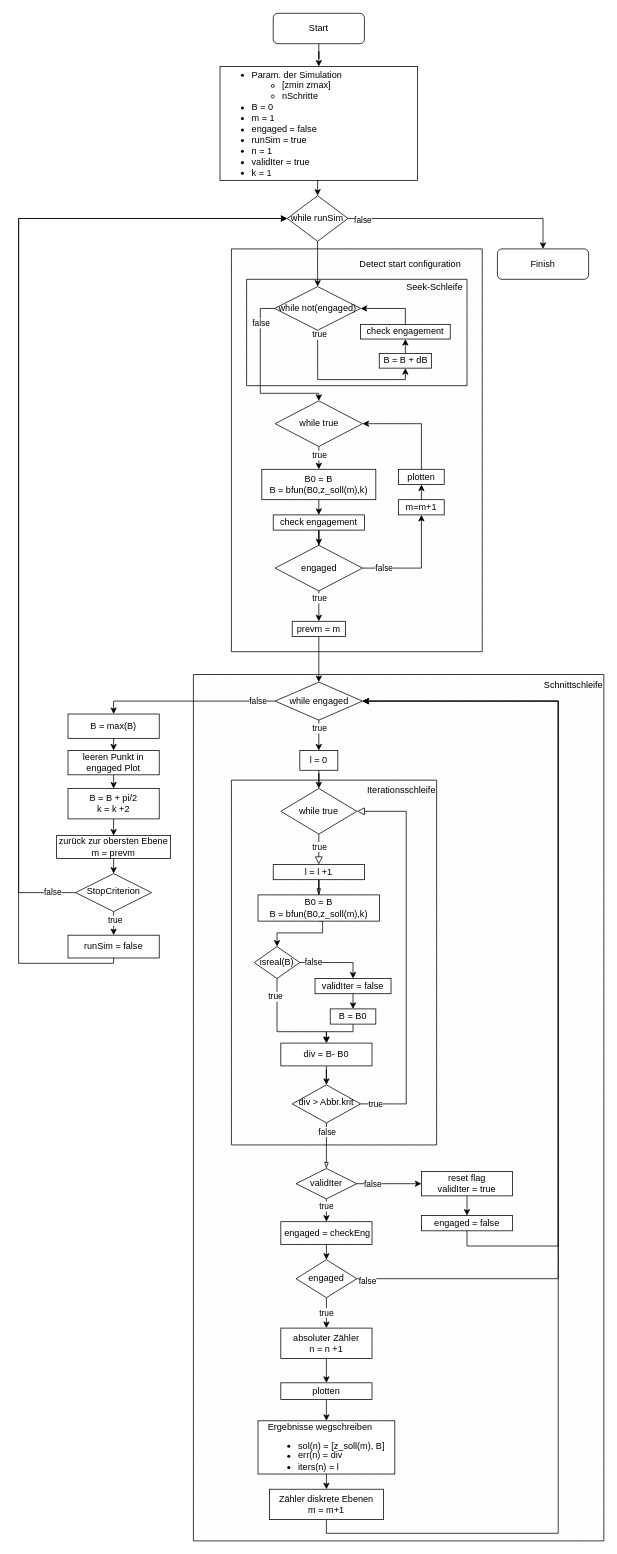
This is methods/vf1/vf1-flowchart.drawio from ChrisCalzolaio/ba, a draw.io file, before an edit. Source tidied: cells renumbered, new cells numbered last; positions are measured from the earlier drawing's top-left corner, leaving out a move shared by most shapes. Both pictures are drawn from the tidied source at 76%, with x=0, y=0 at pixel (18, 13).
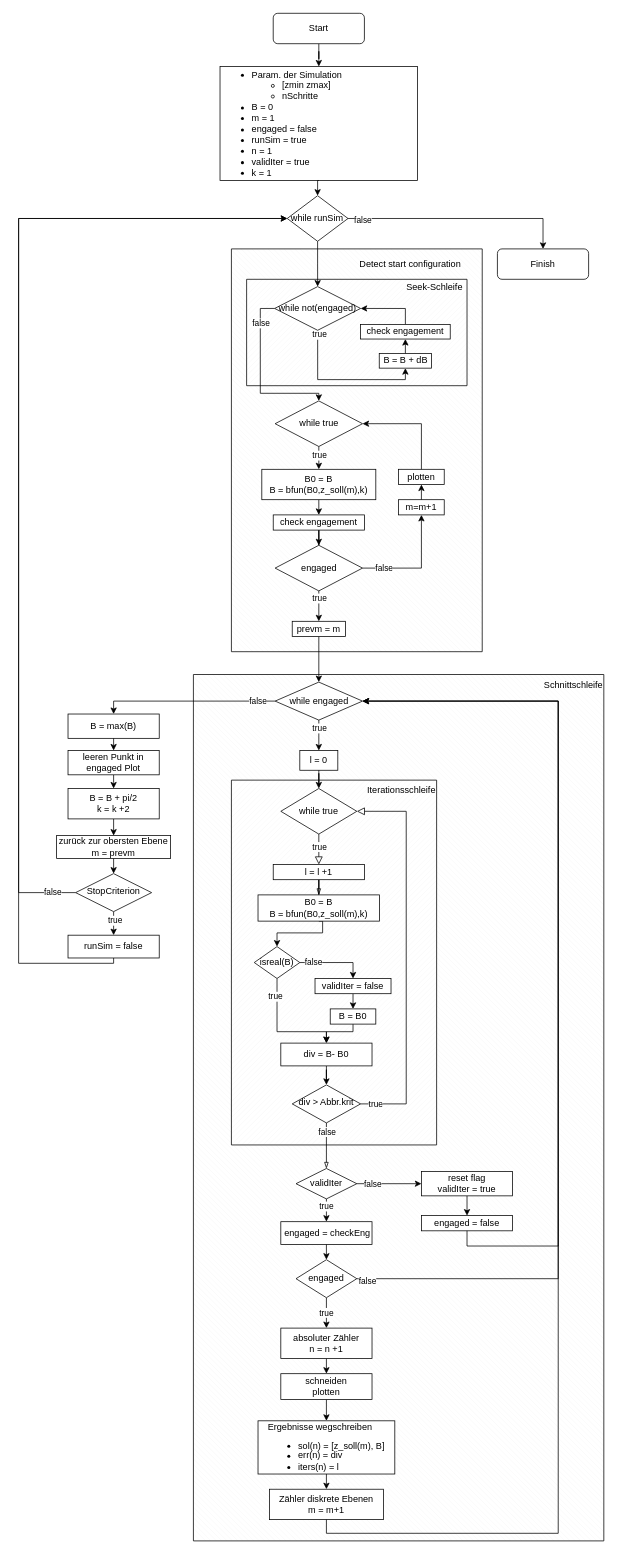
The same page after the edit.

Commit message (it also covers changes not shown here):
flowchart - eintragen der schneidenoperation vf1 - kommentar ergänzt

The change refers to these unchanged cells:
```xml
<mxCell id="3" value="Schnittschleife" style="verticalLabelPosition=middle;verticalAlign=top;html=1;shape=mxgraph.basic.patternFillRect;fillStyle=diagRev;step=5;fillStrokeWidth=0.2;fillStrokeColor=#dddddd;comic=0;align=right;labelPosition=center;" parent="1" vertex="1">
  <mxGeometry x="230" y="870" width="540" height="1140" as="geometry" />
</mxCell>
```

Change to the diagram source:
```diff
@@
-    <mxCell id="8" value="plotten" style="rounded=0;whiteSpace=wrap;html=1;comic=0;align=center;" parent="3" vertex="1">
-      <mxGeometry x="115" y="932" width="120" height="22" as="geometry" />
+    <mxCell id="8" value="schneiden&lt;br&gt;plotten" style="rounded=0;whiteSpace=wrap;html=1;comic=0;align=center;" parent="3" vertex="1">
+      <mxGeometry x="115" y="920" width="120" height="34" as="geometry" />
     </mxCell>
```
